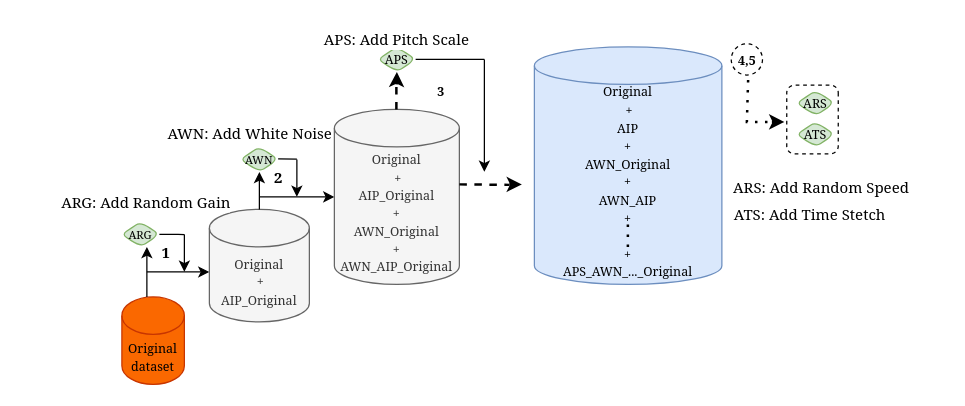
Above: page "Cp_Process2-Incremental" (4 of 9) of Diagramme sans nom.drawio in papasega/DeepLearning_Shared_PSW (draw.io), before the change. Source tidied: cells renumbered, new cells numbered last; positions are measured from the earlier drawing's top-left corner, leaving out a move shared by most shapes. Both pictures are drawn from the tidied source at 125%, with x=0, y=0 at pixel (59, 21).
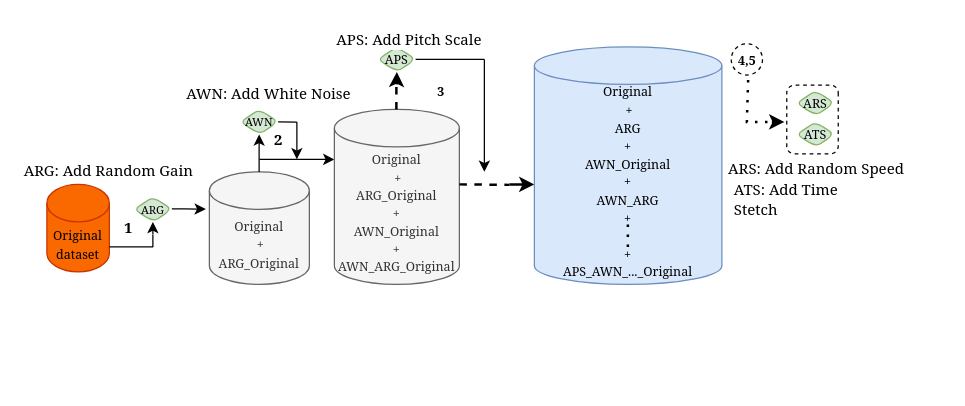
The same page after the edit.

The edit, as a diff of the source:
```diff
@@
     <mxCell id="2" value="&lt;font style=&quot;font-size: 10px;&quot; face=&quot;Georgia&quot;&gt;Original&lt;br&gt;dataset&lt;/font&gt;" style="shape=cylinder3;whiteSpace=wrap;html=1;boundedLbl=1;backgroundOutline=1;size=15;fillColor=#fa6800;fontColor=#000000;strokeColor=#C73500;" parent="1" vertex="1">
-      <mxGeometry x="50" y="220" width="50" height="70" as="geometry" />
+      <mxGeometry x="-10" y="130" width="50" height="70" as="geometry" />
     </mxCell>
     <mxCell id="3" style="endArrow=classic;html=1;rounded=0;" parent="1" edge="1">
       <mxGeometry x="0.2" y="-20" relative="1" as="geometry">
-        <mxPoint x="70" y="220" as="sourcePoint" />
-        <mxPoint x="70" y="180" as="targetPoint" />
-        <Array as="points">
-          <mxPoint x="70" y="200" />
-        </Array>
+        <mxPoint x="74.8" y="170" as="sourcePoint" />
+        <mxPoint x="74.8" y="160" as="targetPoint" />
       </mxGeometry>
     </mxCell>
-    <mxCell id="4" style="endArrow=classic;html=1;rounded=0;strokeWidth=1;fontFamily=Georgia;fontSize=14;entryX=0;entryY=0.556;entryDx=0;entryDy=0;entryPerimeter=0;" parent="1" edge="1" target="8">
+    <mxCell id="4" style="endArrow=classic;html=1;rounded=0;strokeWidth=1;fontFamily=Georgia;fontSize=14;entryX=-0.036;entryY=0.331;entryDx=0;entryDy=0;entryPerimeter=0;" parent="1" edge="1" target="8">
       <mxGeometry relative="1" as="geometry">
-        <mxPoint x="70" y="200" as="sourcePoint" />
+        <mxPoint x="90" y="149.6" as="sourcePoint" />
+        <Array as="points">
+          <mxPoint x="90" y="149.6" />
+          <mxPoint x="100" y="149.6" />
+        </Array>
       </mxGeometry>
     </mxCell>
     <mxCell id="5" value="&lt;span style=&quot;font-family: Georgia;&quot;&gt;&lt;font style=&quot;font-size: 9px;&quot;&gt;ARG&lt;/font&gt;&lt;/span&gt;" style="rhombus;whiteSpace=wrap;html=1;fillColor=#d5e8d4;strokeColor=#82b366;rounded=1;rotation=0;" parent="1" vertex="1">
-      <mxGeometry x="50" y="160" width="30" height="20" as="geometry" />
+      <mxGeometry x="60" y="140" width="30" height="20" as="geometry" />
     </mxCell>
     <mxCell id="6" style="endArrow=none;html=1;rounded=0;strokeWidth=1;fontFamily=Georgia;fontSize=14;" parent="1" edge="1">
       <mxGeometry relative="1" as="geometry">
-        <mxPoint x="80" y="170" as="sourcePoint" />
-        <mxPoint x="100" y="170.2" as="targetPoint" />
-        <Array as="points">
-          <mxPoint x="95" y="170" />
-        </Array>
+        <mxPoint x="40" y="180" as="sourcePoint" />
+        <mxPoint x="75" y="180" as="targetPoint" />
       </mxGeometry>
     </mxCell>
-    <mxCell id="7" style="endArrow=classic;html=1;rounded=0;strokeWidth=1;fontFamily=Georgia;fontSize=14;" parent="1" edge="1">
-      <mxGeometry x="-0.71" y="-30" relative="1" as="geometry">
-        <mxPoint x="100" y="170" as="sourcePoint" />
-        <mxPoint x="100" y="200" as="targetPoint" />
-        <Array as="points">
-          <mxPoint x="100" y="180" />
-        </Array>
-      </mxGeometry>
-    </mxCell>
-    <mxCell id="8" value="&lt;font style=&quot;font-size: 10px;&quot; face=&quot;Georgia&quot;&gt;Original&lt;br&gt;&amp;nbsp;+ &lt;br&gt;AIP_Original&lt;/font&gt;" style="shape=cylinder3;whiteSpace=wrap;html=1;boundedLbl=1;backgroundOutline=1;size=15;fillColor=#f5f5f5;fontColor=#333333;strokeColor=#666666;" parent="1" vertex="1">
-      <mxGeometry x="120" y="150" width="80" height="90" as="geometry" />
+    <mxCell id="8" value="&lt;font style=&quot;font-size: 10px;&quot; face=&quot;Georgia&quot;&gt;Original&lt;br&gt;&amp;nbsp;+ &lt;br&gt;ARG_Original&lt;/font&gt;" style="shape=cylinder3;whiteSpace=wrap;html=1;boundedLbl=1;backgroundOutline=1;size=15;fillColor=#f5f5f5;fontColor=#333333;strokeColor=#666666;" parent="1" vertex="1">
+      <mxGeometry x="120" y="120" width="80" height="90" as="geometry" />
     </mxCell>
-    <mxCell id="9" style="endArrow=classic;html=1;rounded=0;strokeWidth=1;fontFamily=Georgia;fontSize=14;exitX=0.5;exitY=0;exitDx=0;exitDy=0;exitPerimeter=0;" parent="1" edge="1" source="8">
+    <mxCell id="9" style="endArrow=classic;html=1;rounded=0;strokeWidth=1;fontFamily=Georgia;fontSize=14;" parent="1" edge="1">
       <mxGeometry relative="1" as="geometry">
-        <mxPoint x="160" y="120" as="targetPoint" />
+        <mxPoint x="159.8" y="120" as="sourcePoint" />
+        <mxPoint x="159.8" y="90" as="targetPoint" />
       </mxGeometry>
     </mxCell>
     <mxCell id="10" value="&lt;span style=&quot;font-family: Georgia;&quot;&gt;&lt;font style=&quot;font-size: 9px;&quot;&gt;AWN&lt;/font&gt;&lt;/span&gt;" style="rhombus;whiteSpace=wrap;html=1;fillColor=#d5e8d4;strokeColor=#82b366;rounded=1;" parent="1" vertex="1">
-      <mxGeometry x="145" y="100" width="30" height="20" as="geometry" />
+      <mxGeometry x="145" y="70" width="30" height="20" as="geometry" />
     </mxCell>
     <mxCell id="11" style="endArrow=classic;html=1;rounded=0;strokeWidth=1;fontFamily=Georgia;fontSize=14;" parent="1" edge="1">
       <mxGeometry relative="1" as="geometry">
-        <mxPoint x="160" y="140" as="sourcePoint" />
-        <mxPoint x="220" y="140" as="targetPoint" />
+        <mxPoint x="160" y="110" as="sourcePoint" />
+        <mxPoint x="220" y="110" as="targetPoint" />
       </mxGeometry>
     </mxCell>
     <mxCell id="12" style="endArrow=none;html=1;rounded=0;strokeWidth=1;fontFamily=Georgia;fontSize=14;" parent="1" edge="1">
       <mxGeometry relative="1" as="geometry">
-        <mxPoint x="175" y="109.6" as="sourcePoint" />
-        <mxPoint x="190" y="109.8" as="targetPoint" />
+        <mxPoint x="175" y="80" as="sourcePoint" />
+        <mxPoint x="190" y="80.2" as="targetPoint" />
       </mxGeometry>
     </mxCell>
     <mxCell id="13" style="endArrow=classic;html=1;rounded=0;strokeWidth=1;fontFamily=Georgia;fontSize=14;" parent="1" edge="1">
       <mxGeometry x="0.43" y="-50" relative="1" as="geometry">
-        <mxPoint x="190" y="110" as="sourcePoint" />
-        <mxPoint x="190" y="140" as="targetPoint" />
+        <mxPoint x="190" y="80" as="sourcePoint" />
+        <mxPoint x="190" y="110" as="targetPoint" />
       </mxGeometry>
     </mxCell>
-    <mxCell id="14" value="&lt;font face=&quot;Georgia&quot;&gt;&lt;font style=&quot;font-size: 10px;&quot;&gt;Original&lt;br&gt;&amp;nbsp;+ &lt;br&gt;AIP_Original&lt;br&gt;+&lt;br&gt;AWN_Original&lt;br&gt;+&lt;br&gt;AWN_AIP_Original&lt;/font&gt;&lt;br&gt;&lt;/font&gt;" style="shape=cylinder3;whiteSpace=wrap;html=1;boundedLbl=1;backgroundOutline=1;size=15;fillColor=#f5f5f5;fontColor=#333333;strokeColor=#666666;" parent="1" vertex="1">
+    <mxCell id="14" value="&lt;font face=&quot;Georgia&quot;&gt;&lt;font style=&quot;font-size: 10px;&quot;&gt;Original&lt;br&gt;&amp;nbsp;+ &lt;br&gt;ARG_Original&lt;br&gt;+&lt;br&gt;AWN_Original&lt;br&gt;+&lt;br&gt;AWN_ARG_Original&lt;/font&gt;&lt;br&gt;&lt;/font&gt;" style="shape=cylinder3;whiteSpace=wrap;html=1;boundedLbl=1;backgroundOutline=1;size=15;fillColor=#f5f5f5;fontColor=#333333;strokeColor=#666666;" parent="1" vertex="1">
       <mxGeometry x="220" y="70" width="100" height="140" as="geometry" />
     </mxCell>
@@
-    <mxCell id="21" style="endArrow=classic;html=1;rounded=0;strokeWidth=2;fontFamily=Georgia;fontSize=14;" parent="1" edge="1">
+    <mxCell id="21" style="endArrow=classic;html=1;rounded=0;strokeWidth=2;fontFamily=Georgia;fontSize=14;entryX=0;entryY=0.579;entryDx=0;entryDy=0;entryPerimeter=0;" parent="1" edge="1" target="22">
       <mxGeometry relative="1" as="geometry">
         <mxPoint x="360" y="130" as="sourcePoint" />
-        <mxPoint x="370" y="130" as="targetPoint" />
       </mxGeometry>
     </mxCell>
-    <mxCell id="22" value="&lt;font face=&quot;Georgia&quot;&gt;&lt;font style=&quot;font-size: 10px;&quot;&gt;Original&lt;br&gt;&amp;nbsp;+ &lt;br&gt;AIP&lt;br&gt;+&lt;br&gt;AWN_Original&lt;br&gt;+&lt;br&gt;AWN_AIP&lt;br&gt;+&lt;br&gt;&lt;br&gt;+&lt;br&gt;APS_AWN_..._Original&lt;/font&gt;&lt;br&gt;&lt;/font&gt;" style="shape=cylinder3;whiteSpace=wrap;html=1;boundedLbl=1;backgroundOutline=1;size=15;fillColor=#dae8fc;strokeColor=#6c8ebf;" parent="1" vertex="1">
+    <mxCell id="22" value="&lt;font face=&quot;Georgia&quot;&gt;&lt;font style=&quot;font-size: 10px;&quot;&gt;Original&lt;br&gt;&amp;nbsp;+ &lt;br&gt;ARG&lt;br&gt;+&lt;br&gt;AWN_Original&lt;br&gt;+&lt;br&gt;AWN_ARG&lt;br&gt;+&lt;br&gt;&lt;br&gt;+&lt;br&gt;APS_AWN_..._Original&lt;/font&gt;&lt;br&gt;&lt;/font&gt;" style="shape=cylinder3;whiteSpace=wrap;html=1;boundedLbl=1;backgroundOutline=1;size=15;fillColor=#dae8fc;strokeColor=#6c8ebf;" parent="1" vertex="1">
       <mxGeometry x="380" y="20" width="150" height="190" as="geometry" />
     </mxCell>
@@
     <mxCell id="27" value="&lt;font style=&quot;font-size: 12px;&quot;&gt;&lt;span style=&quot;white-space: pre;&quot;&gt; &lt;/span&gt;&lt;span style=&quot;white-space: pre;&quot;&gt; &lt;/span&gt;&lt;span style=&quot;white-space: pre;&quot;&gt; &lt;/span&gt;&lt;span style=&quot;white-space: pre;&quot;&gt; &lt;/span&gt;ARS: Add Random Speed&lt;/font&gt;" style="text;html=1;align=center;verticalAlign=middle;strokeColor=none;fillColor=none;fontSize=18;fontFamily=Georgia;" parent="1" vertex="1">
-      <mxGeometry x="517.5" y="110" width="170" height="40" as="geometry" />
+      <mxGeometry x="513.8" y="95" width="170" height="40" as="geometry" />
     </mxCell>
     <mxCell id="28" value="&lt;span style=&quot;color: rgb(0, 0, 0); font-family: Georgia; font-style: normal; font-variant-ligatures: normal; font-variant-caps: normal; font-weight: 400; letter-spacing: normal; orphans: 2; text-align: center; text-indent: 0px; text-transform: none; widows: 2; word-spacing: 0px; -webkit-text-stroke-width: 0px; background-color: rgb(255, 255, 255); text-decoration-thickness: initial; text-decoration-style: initial; text-decoration-color: initial;&quot;&gt; &lt;/span&gt;&lt;span style=&quot;color: rgb(0, 0, 0); font-family: Georgia; font-style: normal; font-variant-ligatures: normal; font-variant-caps: normal; font-weight: 400; letter-spacing: normal; orphans: 2; text-align: center; text-indent: 0px; text-transform: none; widows: 2; word-spacing: 0px; -webkit-text-stroke-width: 0px; background-color: rgb(255, 255, 255); text-decoration-thickness: initial; text-decoration-style: initial; text-decoration-color: initial;&quot;&gt; &lt;/span&gt;&lt;span style=&quot;color: rgb(0, 0, 0); font-family: Georgia; font-style: normal; font-variant-ligatures: normal; font-variant-caps: normal; font-weight: 400; letter-spacing: normal; orphans: 2; text-align: center; text-indent: 0px; text-transform: none; widows: 2; word-spacing: 0px; -webkit-text-stroke-width: 0px; background-color: rgb(255, 255, 255); text-decoration-thickness: initial; text-decoration-style: initial; text-decoration-color: initial;&quot;&gt; &lt;/span&gt;&lt;span style=&quot;color: rgb(0, 0, 0); font-family: Georgia; font-style: normal; font-variant-ligatures: normal; font-variant-caps: normal; font-weight: 400; letter-spacing: normal; orphans: 2; text-align: center; text-indent: 0px; text-transform: none; widows: 2; word-spacing: 0px; -webkit-text-stroke-width: 0px; background-color: rgb(255, 255, 255); text-decoration-thickness: initial; text-decoration-style: initial; text-decoration-color: initial;&quot;&gt; &lt;/span&gt;&lt;span style=&quot;color: rgb(0, 0, 0); font-family: Georgia; font-style: normal; font-variant-ligatures: normal; font-variant-caps: normal; font-weight: 400; letter-spacing: normal; orphans: 2; text-align: center; text-indent: 0px; text-transform: none; widows: 2; word-spacing: 0px; -webkit-text-stroke-width: 0px; background-color: rgb(255, 255, 255); text-decoration-thickness: initial; text-decoration-style: initial; text-decoration-color: initial; float: none; display: inline !important;&quot;&gt;&lt;font style=&quot;font-size: 12px;&quot;&gt;AWN: Add White Noise&lt;/font&gt;&lt;/span&gt;" style="text;whiteSpace=wrap;html=1;fontSize=13;fontFamily=Georgia;" parent="1" vertex="1">
-      <mxGeometry x="85" y="75" width="170" height="40" as="geometry" />
+      <mxGeometry x="100" y="42.5" width="140" height="27.5" as="geometry" />
     </mxCell>
     <mxCell id="29" value="&lt;span style=&quot;color: rgb(0, 0, 0); font-family: Georgia; font-style: normal; font-variant-ligatures: normal; font-variant-caps: normal; font-weight: 400; letter-spacing: normal; orphans: 2; text-align: center; text-indent: 0px; text-transform: none; widows: 2; word-spacing: 0px; -webkit-text-stroke-width: 0px; background-color: rgb(255, 255, 255); text-decoration-thickness: initial; text-decoration-style: initial; text-decoration-color: initial;&quot;&gt; &lt;/span&gt;&lt;span style=&quot;color: rgb(0, 0, 0); font-family: Georgia; font-style: normal; font-variant-ligatures: normal; font-variant-caps: normal; font-weight: 400; letter-spacing: normal; orphans: 2; text-align: center; text-indent: 0px; text-transform: none; widows: 2; word-spacing: 0px; -webkit-text-stroke-width: 0px; background-color: rgb(255, 255, 255); text-decoration-thickness: initial; text-decoration-style: initial; text-decoration-color: initial;&quot;&gt; &lt;/span&gt;&lt;span style=&quot;color: rgb(0, 0, 0); font-family: Georgia; font-style: normal; font-variant-ligatures: normal; font-variant-caps: normal; font-weight: 400; letter-spacing: normal; orphans: 2; text-align: center; text-indent: 0px; text-transform: none; widows: 2; word-spacing: 0px; -webkit-text-stroke-width: 0px; background-color: rgb(255, 255, 255); text-decoration-thickness: initial; text-decoration-style: initial; text-decoration-color: initial;&quot;&gt; &lt;/span&gt;&lt;span style=&quot;color: rgb(0, 0, 0); font-family: Georgia; font-style: normal; font-variant-ligatures: normal; font-variant-caps: normal; font-weight: 400; letter-spacing: normal; orphans: 2; text-align: center; text-indent: 0px; text-transform: none; widows: 2; word-spacing: 0px; -webkit-text-stroke-width: 0px; background-color: rgb(255, 255, 255); text-decoration-thickness: initial; text-decoration-style: initial; text-decoration-color: initial;&quot;&gt; &lt;/span&gt;&lt;span style=&quot;color: rgb(0, 0, 0); font-family: Georgia; font-style: normal; font-variant-ligatures: normal; font-variant-caps: normal; font-weight: 400; letter-spacing: normal; orphans: 2; text-align: center; text-indent: 0px; text-transform: none; widows: 2; word-spacing: 0px; -webkit-text-stroke-width: 0px; background-color: rgb(255, 255, 255); text-decoration-thickness: initial; text-decoration-style: initial; text-decoration-color: initial; float: none; display: inline !important;&quot;&gt;&lt;font style=&quot;font-size: 12px;&quot;&gt;APS: Add Pitch Scale&lt;/font&gt;&lt;/span&gt;" style="text;whiteSpace=wrap;html=1;fontSize=13;fontFamily=Georgia;" parent="1" vertex="1">
-      <mxGeometry x="210" width="170" height="40" as="geometry" />
+      <mxGeometry x="220" width="130" height="20" as="geometry" />
     </mxCell>
     <mxCell id="30" value="&lt;span style=&quot;color: rgb(0, 0, 0); font-family: Georgia; font-style: normal; font-variant-ligatures: normal; font-variant-caps: normal; font-weight: 400; letter-spacing: normal; orphans: 2; text-align: center; text-indent: 0px; text-transform: none; widows: 2; word-spacing: 0px; -webkit-text-stroke-width: 0px; background-color: rgb(255, 255, 255); text-decoration-thickness: initial; text-decoration-style: initial; text-decoration-color: initial;&quot;&gt; &lt;/span&gt;&lt;span style=&quot;color: rgb(0, 0, 0); font-family: Georgia; font-style: normal; font-variant-ligatures: normal; font-variant-caps: normal; font-weight: 400; letter-spacing: normal; orphans: 2; text-align: center; text-indent: 0px; text-transform: none; widows: 2; word-spacing: 0px; -webkit-text-stroke-width: 0px; background-color: rgb(255, 255, 255); text-decoration-thickness: initial; text-decoration-style: initial; text-decoration-color: initial;&quot;&gt; &lt;/span&gt;&lt;span style=&quot;color: rgb(0, 0, 0); font-family: Georgia; font-style: normal; font-variant-ligatures: normal; font-variant-caps: normal; font-weight: 400; letter-spacing: normal; orphans: 2; text-align: center; text-indent: 0px; text-transform: none; widows: 2; word-spacing: 0px; -webkit-text-stroke-width: 0px; background-color: rgb(255, 255, 255); text-decoration-thickness: initial; text-decoration-style: initial; text-decoration-color: initial;&quot;&gt; &lt;/span&gt;&lt;span style=&quot;color: rgb(0, 0, 0); font-family: Georgia; font-style: normal; font-variant-ligatures: normal; font-variant-caps: normal; font-weight: 400; letter-spacing: normal; orphans: 2; text-align: center; text-indent: 0px; text-transform: none; widows: 2; word-spacing: 0px; -webkit-text-stroke-width: 0px; background-color: rgb(255, 255, 255); text-decoration-thickness: initial; text-decoration-style: initial; text-decoration-color: initial;&quot;&gt; &lt;/span&gt;&lt;span style=&quot;color: rgb(0, 0, 0); font-family: Georgia; font-style: normal; font-variant-ligatures: normal; font-variant-caps: normal; font-weight: 400; letter-spacing: normal; orphans: 2; text-align: center; text-indent: 0px; text-transform: none; widows: 2; word-spacing: 0px; -webkit-text-stroke-width: 0px; background-color: rgb(255, 255, 255); text-decoration-thickness: initial; text-decoration-style: initial; text-decoration-color: initial; float: none; display: inline !important;&quot;&gt;&lt;font style=&quot;font-size: 12px;&quot;&gt;ATS: Add Time Stetch&lt;/font&gt;&lt;/span&gt;" style="text;whiteSpace=wrap;html=1;fontSize=13;fontFamily=Georgia;" parent="1" vertex="1">
-      <mxGeometry x="537.5" y="140" width="170" height="40" as="geometry" />
+      <mxGeometry x="537.5" y="120" width="122.5" height="20" as="geometry" />
     </mxCell>
     <mxCell id="31" value="&lt;span style=&quot;color: rgb(0, 0, 0); font-family: Georgia; font-style: normal; font-variant-ligatures: normal; font-variant-caps: normal; font-weight: 400; letter-spacing: normal; orphans: 2; text-align: center; text-indent: 0px; text-transform: none; widows: 2; word-spacing: 0px; -webkit-text-stroke-width: 0px; background-color: rgb(255, 255, 255); text-decoration-thickness: initial; text-decoration-style: initial; text-decoration-color: initial;&quot;&gt; &lt;/span&gt;&lt;span style=&quot;color: rgb(0, 0, 0); font-family: Georgia; font-style: normal; font-variant-ligatures: normal; font-variant-caps: normal; font-weight: 400; letter-spacing: normal; orphans: 2; text-align: center; text-indent: 0px; text-transform: none; widows: 2; word-spacing: 0px; -webkit-text-stroke-width: 0px; background-color: rgb(255, 255, 255); text-decoration-thickness: initial; text-decoration-style: initial; text-decoration-color: initial;&quot;&gt; &lt;/span&gt;&lt;span style=&quot;color: rgb(0, 0, 0); font-family: Georgia; font-style: normal; font-variant-ligatures: normal; font-variant-caps: normal; font-weight: 400; letter-spacing: normal; orphans: 2; text-align: center; text-indent: 0px; text-transform: none; widows: 2; word-spacing: 0px; -webkit-text-stroke-width: 0px; background-color: rgb(255, 255, 255); text-decoration-thickness: initial; text-decoration-style: initial; text-decoration-color: initial;&quot;&gt; &lt;/span&gt;&lt;span style=&quot;color: rgb(0, 0, 0); font-family: Georgia; font-style: normal; font-variant-ligatures: normal; font-variant-caps: normal; font-weight: 400; letter-spacing: normal; orphans: 2; text-align: center; text-indent: 0px; text-transform: none; widows: 2; word-spacing: 0px; -webkit-text-stroke-width: 0px; background-color: rgb(255, 255, 255); text-decoration-thickness: initial; text-decoration-style: initial; text-decoration-color: initial;&quot;&gt; &lt;/span&gt;&lt;span style=&quot;color: rgb(0, 0, 0); font-family: Georgia; font-style: normal; font-variant-ligatures: normal; font-variant-caps: normal; font-weight: 400; letter-spacing: normal; orphans: 2; text-align: center; text-indent: 0px; text-transform: none; widows: 2; word-spacing: 0px; -webkit-text-stroke-width: 0px; background-color: rgb(255, 255, 255); text-decoration-thickness: initial; text-decoration-style: initial; text-decoration-color: initial; float: none; display: inline !important;&quot;&gt;&lt;font style=&quot;font-size: 12px;&quot;&gt;ARG: Add Random Gain&lt;/font&gt;&lt;/span&gt;" style="text;whiteSpace=wrap;html=1;fontSize=13;fontFamily=Georgia;" parent="1" vertex="1">
-      <mxGeometry y="130" width="170" height="40" as="geometry" />
+      <mxGeometry x="-30" y="105" width="140" height="20" as="geometry" />
     </mxCell>
     <mxCell id="32" value="&lt;font face=&quot;Georgia&quot;&gt;&lt;b&gt;1&lt;/b&gt;&lt;/font&gt;" style="text;html=1;align=center;verticalAlign=middle;strokeColor=none;fillColor=none;fontSize=12;" parent="1" vertex="1">
-      <mxGeometry x="70" y="170" width="30" height="30" as="geometry" />
+      <mxGeometry x="40" y="150" width="30" height="30" as="geometry" />
     </mxCell>
     <mxCell id="33" value="&lt;font style=&quot;font-size: 12px;&quot;&gt;&lt;b&gt;2&lt;/b&gt;&lt;/font&gt;" style="text;html=1;align=center;verticalAlign=middle;strokeColor=none;fillColor=none;fontSize=10;fontFamily=Georgia;" parent="1" vertex="1">
-      <mxGeometry x="160" y="110" width="30" height="30" as="geometry" />
+      <mxGeometry x="160" y="80" width="30" height="30" as="geometry" />
     </mxCell>
@@
+    <mxCell id="39" style="endArrow=none;html=1;rounded=0;strokeWidth=1;fontFamily=Georgia;fontSize=14;" parent="1" edge="1">
+      <mxGeometry relative="1" as="geometry">
+        <mxPoint x="74.8" y="180" as="sourcePoint" />
+        <mxPoint x="74.8" y="170.2" as="targetPoint" />
+      </mxGeometry>
+    </mxCell>
```
